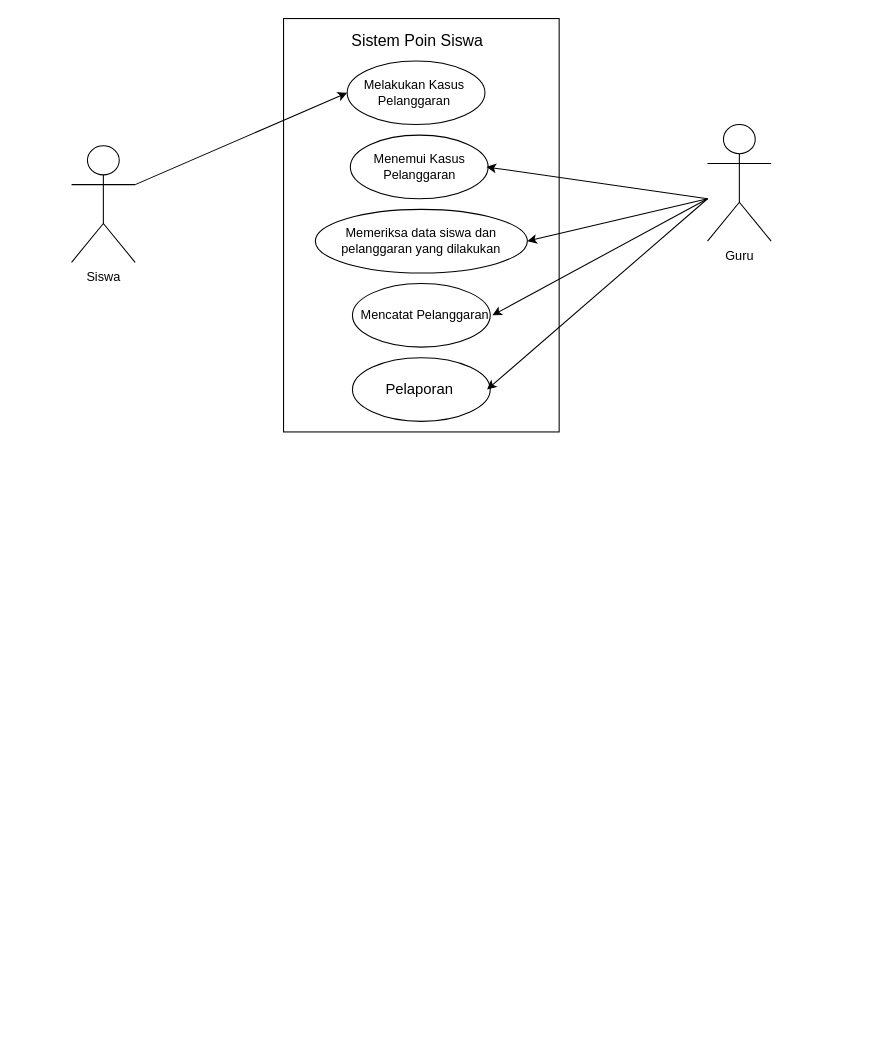
Irgicahya/bosss keeps this draw.io diagram as poinsiswa.drawio. Above is the earlier version. Source tidied: cells renumbered, new cells numbered last; positions are measured from the earlier drawing's top-left corner, leaving out a move shared by most shapes. Both pictures are drawn from the tidied source at 106%, with x=0, y=0 at pixel (71, 18).
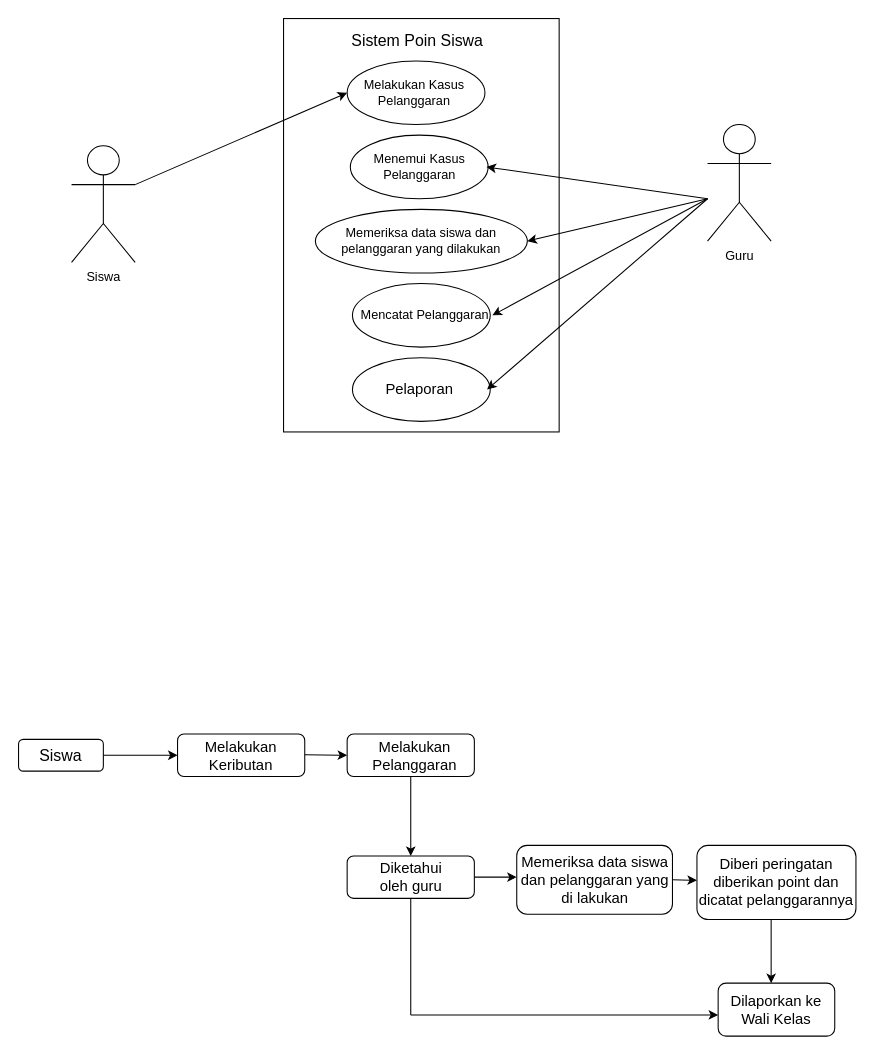
Above is the later version.

Change to the diagram source:
```diff
@@
+    <mxCell id="21" style="rounded=1;whiteSpace=wrap;html=1;" parent="1" vertex="1">
+      <mxGeometry x="-50" y="680" width="80" height="30" as="geometry" />
+    </mxCell>
+    <mxCell id="22" value="&lt;font style=&quot;font-size: 15px;&quot;&gt;Siswa&lt;/font&gt;" style="text;html=1;strokeColor=none;fillColor=none;align=center;verticalAlign=middle;whiteSpace=wrap;rounded=0;" parent="1" vertex="1">
+      <mxGeometry x="-40" y="682.5" width="60" height="25" as="geometry" />
+    </mxCell>
+    <mxCell id="23" style="endArrow=classic;html=1;rounded=0;exitX=1;exitY=0.5;exitDx=0;exitDy=0;" parent="1" edge="1" source="21">
+      <mxGeometry relative="1" as="geometry">
+        <mxPoint x="100" y="695" as="targetPoint" />
+      </mxGeometry>
+    </mxCell>
+    <mxCell id="24" style="rounded=1;whiteSpace=wrap;html=1;" parent="1" vertex="1">
+      <mxGeometry x="100" y="675" width="120" height="40" as="geometry" />
+    </mxCell>
+    <mxCell id="25" value="&lt;font style=&quot;font-size: 14px;&quot;&gt;Melakukan Keributan&lt;/font&gt;" style="text;html=1;strokeColor=none;fillColor=none;align=center;verticalAlign=middle;whiteSpace=wrap;rounded=0;" parent="1" vertex="1">
+      <mxGeometry x="130" y="682.5" width="60" height="25" as="geometry" />
+    </mxCell>
+    <mxCell id="26" style="endArrow=classic;html=1;rounded=0;exitX=1;exitY=0.5;exitDx=0;exitDy=0;" parent="1" edge="1">
+      <mxGeometry relative="1" as="geometry">
+        <mxPoint x="220" y="694.5" as="sourcePoint" />
+        <mxPoint x="260" y="695" as="targetPoint" />
+      </mxGeometry>
+    </mxCell>
+    <mxCell id="27" style="rounded=1;whiteSpace=wrap;html=1;" parent="1" vertex="1">
+      <mxGeometry x="260" y="675" width="120" height="40" as="geometry" />
+    </mxCell>
+    <mxCell id="28" value="&lt;font style=&quot;font-size: 14px;&quot;&gt;Melakukan Pelanggaran&lt;/font&gt;" style="text;html=1;strokeColor=none;fillColor=none;align=center;verticalAlign=middle;whiteSpace=wrap;rounded=0;" parent="1" vertex="1">
+      <mxGeometry x="293.5" y="682.5" width="60" height="25" as="geometry" />
+    </mxCell>
+    <mxCell id="29" style="endArrow=classic;html=1;rounded=0;exitX=0.5;exitY=1;exitDx=0;exitDy=0;entryX=0.5;entryY=0;entryDx=0;entryDy=0;" parent="1" edge="1" source="27" target="30">
+      <mxGeometry relative="1" as="geometry" />
+    </mxCell>
+    <mxCell id="30" style="rounded=1;whiteSpace=wrap;html=1;" parent="1" vertex="1">
+      <mxGeometry x="260" y="790" width="120" height="40" as="geometry" />
+    </mxCell>
+    <mxCell id="31" value="&lt;font style=&quot;font-size: 14px;&quot;&gt;Diketahui oleh guru&lt;/font&gt;" style="text;html=1;strokeColor=none;fillColor=none;align=center;verticalAlign=middle;whiteSpace=wrap;rounded=0;" parent="1" vertex="1">
+      <mxGeometry x="287.5" y="797.5" width="65" height="25" as="geometry" />
+    </mxCell>
+    <mxCell id="32" style="endArrow=classic;html=1;rounded=0;exitX=1;exitY=0.5;exitDx=0;exitDy=0;" parent="1" edge="1" source="30">
+      <mxGeometry relative="1" as="geometry">
+        <mxPoint x="420" y="810" as="targetPoint" />
+      </mxGeometry>
+    </mxCell>
+    <mxCell id="33" style="rounded=1;whiteSpace=wrap;html=1;" parent="1" vertex="1">
+      <mxGeometry x="420" y="780" width="146.9" height="65" as="geometry" />
+    </mxCell>
+    <mxCell id="34" value="&lt;font style=&quot;font-size: 14px;&quot;&gt;Memeriksa data siswa dan pelanggaran yang di lakukan&lt;/font&gt;" style="text;html=1;strokeColor=none;fillColor=none;align=center;verticalAlign=middle;whiteSpace=wrap;rounded=0;" parent="1" vertex="1">
+      <mxGeometry x="420.6" y="800" width="146.2" height="25" as="geometry" />
+    </mxCell>
+    <mxCell id="35" style="endArrow=classic;html=1;rounded=0;exitX=1;exitY=0.5;exitDx=0;exitDy=0;" parent="1" edge="1" source="34">
+      <mxGeometry relative="1" as="geometry">
+        <mxPoint x="590" y="813" as="targetPoint" />
+      </mxGeometry>
+    </mxCell>
+    <mxCell id="36" style="rounded=1;whiteSpace=wrap;html=1;" parent="1" vertex="1">
+      <mxGeometry x="590" y="780" width="150" height="70" as="geometry" />
+    </mxCell>
+    <mxCell id="37" value="&lt;span style=&quot;font-size: 14px;&quot;&gt;Diberi peringatan&lt;br&gt;diberikan point dan dicatat pelanggarannya&lt;br&gt;&lt;br&gt;&lt;/span&gt;" style="text;html=1;strokeColor=none;fillColor=none;align=center;verticalAlign=middle;whiteSpace=wrap;rounded=0;" parent="1" vertex="1">
+      <mxGeometry x="585" y="800" width="160" height="45" as="geometry" />
+    </mxCell>
+    <mxCell id="38" style="endArrow=classic;html=1;rounded=0;exitX=0.5;exitY=1;exitDx=0;exitDy=0;" parent="1" edge="1">
+      <mxGeometry relative="1" as="geometry">
+        <mxPoint x="660" y="850" as="sourcePoint" />
+        <mxPoint x="660" y="910" as="targetPoint" />
+      </mxGeometry>
+    </mxCell>
+    <mxCell id="39" style="rounded=1;whiteSpace=wrap;html=1;" parent="1" vertex="1">
+      <mxGeometry x="610" y="910" width="110" height="50" as="geometry" />
+    </mxCell>
+    <mxCell id="40" value="&lt;font style=&quot;font-size: 14px;&quot;&gt;Dilaporkan ke Wali Kelas&lt;/font&gt;" style="text;html=1;strokeColor=none;fillColor=none;align=center;verticalAlign=middle;whiteSpace=wrap;rounded=0;" parent="1" vertex="1">
+      <mxGeometry x="620" y="922.5" width="90" height="25" as="geometry" />
+    </mxCell>
+    <mxCell id="41" style="endArrow=classic;html=1;rounded=0;" parent="1" edge="1">
+      <mxGeometry relative="1" as="geometry">
+        <mxPoint x="320" y="940" as="sourcePoint" />
+        <mxPoint x="610" y="940" as="targetPoint" />
+      </mxGeometry>
+    </mxCell>
+    <mxCell id="42" style="endArrow=none;html=1;rounded=0;entryX=0.5;entryY=1;entryDx=0;entryDy=0;" parent="1" edge="1" target="30">
+      <mxGeometry relative="1" as="geometry">
+        <mxPoint x="320" y="940" as="sourcePoint" />
+      </mxGeometry>
+    </mxCell>
```
